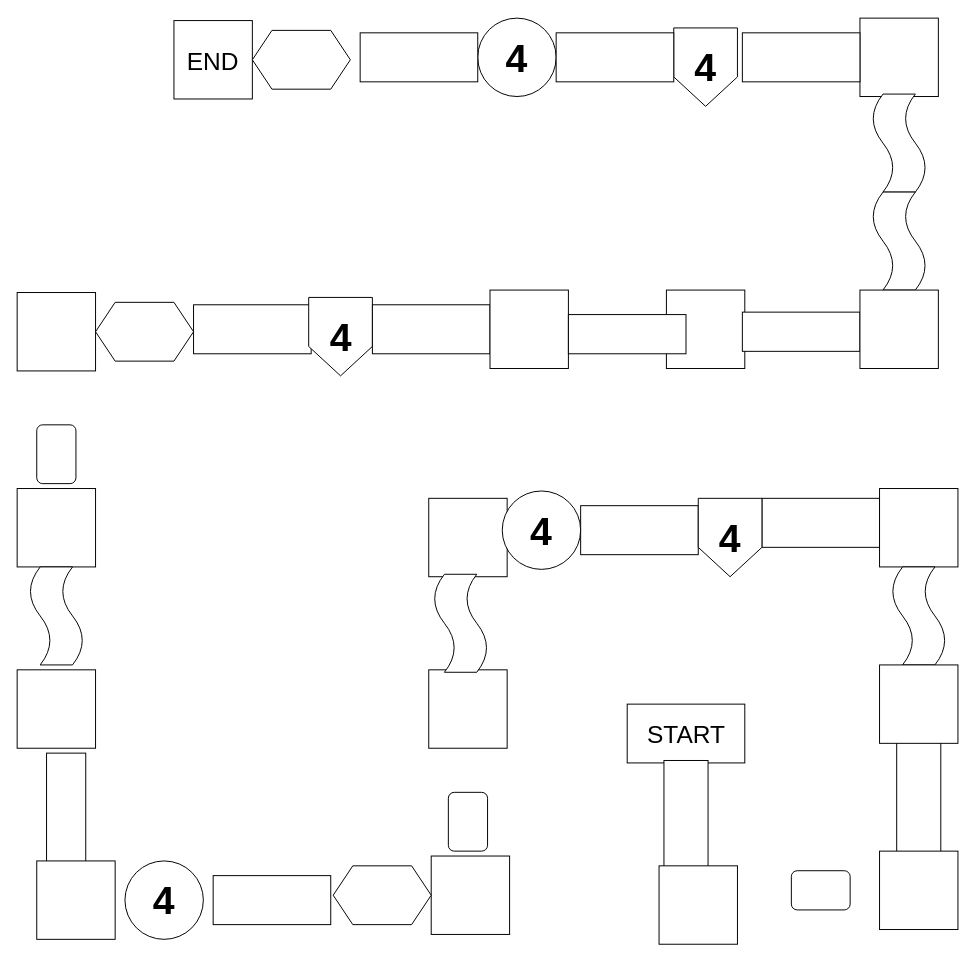
The draw.io diagram Level Design/Level_4.drawio in CrystalxBlade/Sky-Ball, before the edit. Source tidied: cells renumbered, new cells numbered last; positions are measured from the earlier drawing's top-left corner, leaving out a move shared by most shapes. Both pictures are drawn from the tidied source at 98%, with x=0, y=0 at pixel (7, 18).
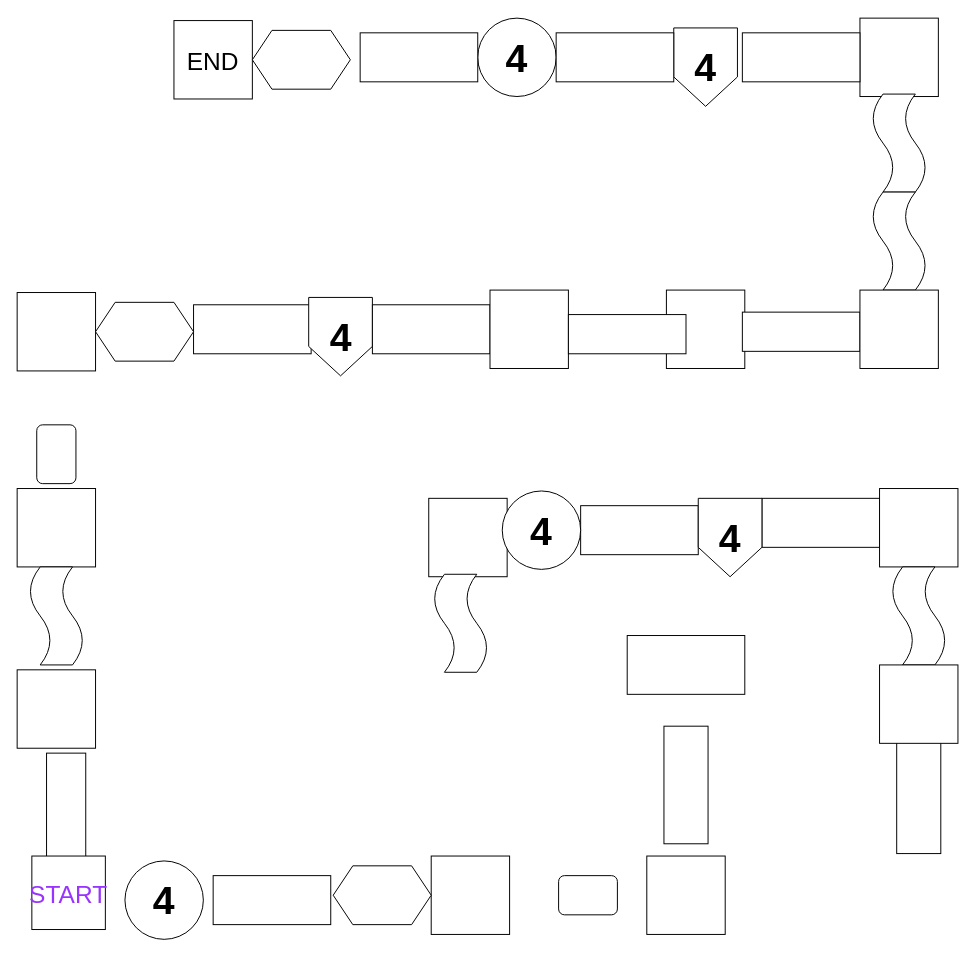
Above is the later version.

What changed in the source:
```diff
@@
-    <mxCell id="2" value="&lt;font style=&quot;font-size: 25px; color: light-dark(rgb(0, 0, 0), rgb(153, 51, 255));&quot;&gt;START&lt;/font&gt;" style="rounded=0;whiteSpace=wrap;html=1;fillColor=light-dark(#FFFFFF,#FFCC99);" parent="1" vertex="1">
-      <mxGeometry x="632.5" y="700" width="120" height="60" as="geometry" />
+    <mxCell id="2" style="rounded=0;whiteSpace=wrap;html=1;fillColor=light-dark(#FFFFFF,#FFCC99);" parent="1" vertex="1">
+      <mxGeometry x="632.5" y="630" width="120" height="60" as="geometry" />
     </mxCell>
     <mxCell id="3" style="rounded=0;whiteSpace=wrap;html=1;fillColor=light-dark(#FFFFFF,#CCCCCC);rotation=90;" parent="1" vertex="1">
-      <mxGeometry x="632.5" y="795" width="120" height="45" as="geometry" />
+      <mxGeometry x="632.5" y="760" width="120" height="45" as="geometry" />
     </mxCell>
@@
-    <mxCell id="10" style="whiteSpace=wrap;html=1;fillColor=light-dark(#FFFFFF,#FFCC99);" parent="1" vertex="1">
-      <mxGeometry x="430" y="665" width="80" height="80" as="geometry" />
-    </mxCell>
-    <mxCell id="11" style="rounded=1;whiteSpace=wrap;html=1;fillColor=light-dark(#FFFFFF,#FF99CC);rotation=0;" parent="1" vertex="1">
-      <mxGeometry x="450" y="790" width="40" height="60" as="geometry" />
-    </mxCell>
@@
-    <mxCell id="16" style="whiteSpace=wrap;html=1;fillColor=light-dark(#FFFFFF,#FFCC99);" parent="1" vertex="1">
-      <mxGeometry x="30" y="860" width="80" height="80" as="geometry" />
+    <mxCell id="16" value="&lt;span style=&quot;color: rgb(153, 51, 255); font-size: 25px;&quot;&gt;START&lt;/span&gt;" style="whiteSpace=wrap;html=1;fillColor=light-dark(#FFFFFF,#FFCC99);" parent="1" vertex="1">
+      <mxGeometry x="25" y="855" width="75" height="75" as="geometry" />
     </mxCell>
@@
     <mxCell id="42" style="whiteSpace=wrap;html=1;fillColor=light-dark(#FFFFFF,#FFCC99);" parent="1" vertex="1">
-      <mxGeometry x="890" y="850" width="80" height="80" as="geometry" />
+      <mxGeometry x="652.5" y="855" width="80" height="80" as="geometry" />
     </mxCell>
     <mxCell id="43" style="rounded=1;whiteSpace=wrap;html=1;fillColor=light-dark(#FFFFFF,#FF99CC);rotation=90;" parent="1" vertex="1">
-      <mxGeometry x="810" y="860" width="40" height="60" as="geometry" />
+      <mxGeometry x="572.5" y="865" width="40" height="60" as="geometry" />
     </mxCell>
-    <mxCell id="44" style="whiteSpace=wrap;html=1;fillColor=light-dark(#FFFFFF,#FFCC99);" parent="1" vertex="1">
-      <mxGeometry x="665" y="865" width="80" height="80" as="geometry" />
-    </mxCell>
```
